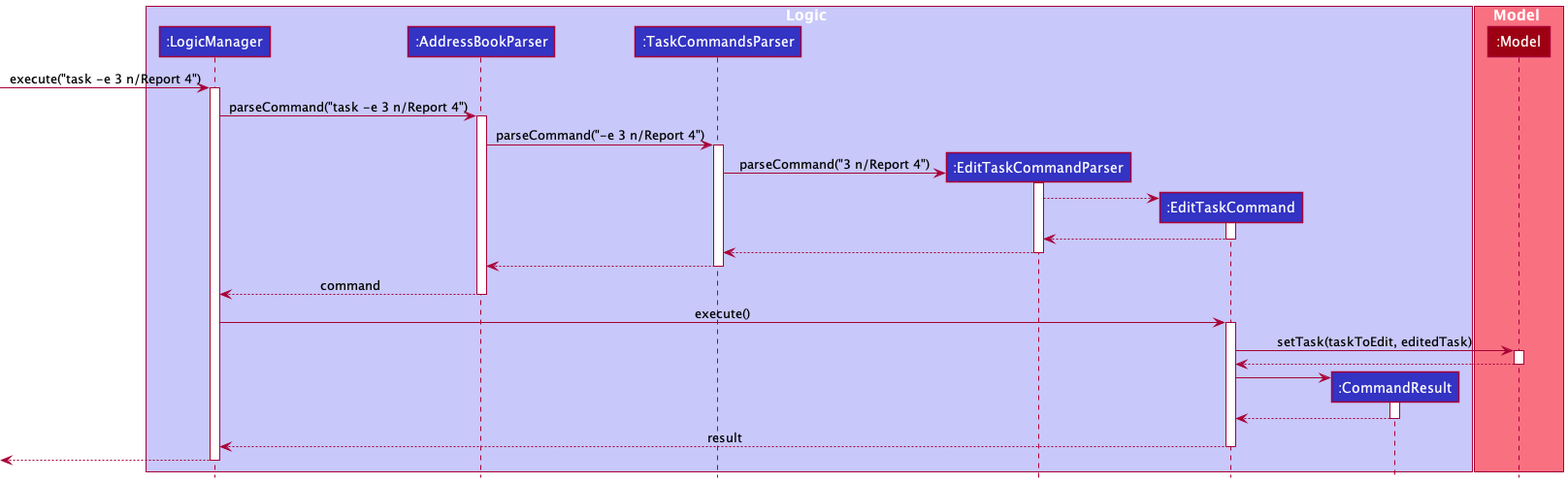
This is docs/images/EditTaskSequenceDiagram.png from nus-cs2103-AY2122S1/tp, a PlantUML export, as it was before one commit. The source it was exported from:
```plantuml
@startuml
!include style.puml

box Logic LOGIC_COLOR_T1
participant ":LogicManager" as LogicManager LOGIC_COLOR
participant ":AddressBookParser" as AddressBookParser LOGIC_COLOR
participant ":TaskCommandsParser" as TaskCommandsParser LOGIC_COLOR
participant ":EditTaskCommandParser" as EditTaskCommandParser LOGIC_COLOR
participant ":EditTaskCommand" as EditTaskCommand LOGIC_COLOR
participant ":CommandResult" as CommandResult LOGIC_COLOR
end box

box Model MODEL_COLOR_T1
participant ":Model" as Model MODEL_COLOR
end box

[-> LogicManager : execute("task -e 3 n/Report 4")
activate LogicManager

LogicManager -> AddressBookParser : parseCommand("task -e 3 n/Report 4")
activate AddressBookParser

AddressBookParser -> TaskCommandsParser : parseCommand("-e 3 n/Report 4")
activate TaskCommandsParser

create EditTaskCommandParser
TaskCommandsParser -> EditTaskCommandParser : parseCommand("3 n/Report 4")
activate EditTaskCommandParser

create EditTaskCommand
EditTaskCommandParser --> EditTaskCommand
activate EditTaskCommand

EditTaskCommand --> EditTaskCommandParser
deactivate EditTaskCommand

EditTaskCommandParser --> TaskCommandsParser
deactivate EditTaskCommandParser

TaskCommandsParser --> AddressBookParser
deactivate TaskCommandsParser

AddressBookParser --> LogicManager : command
deactivate AddressBookParser

LogicManager -> EditTaskCommand : execute()
activate EditTaskCommand

EditTaskCommand -> Model : setTask(taskToEdit, editedTask)
activate Model

Model --> EditTaskCommand
deactivate Model

create CommandResult
EditTaskCommand -> CommandResult
activate CommandResult

CommandResult --> EditTaskCommand
deactivate CommandResult

EditTaskCommand --> LogicManager : result
deactivate EditTaskCommand

[<--LogicManager
deactivate LogicManager
@enduml
```
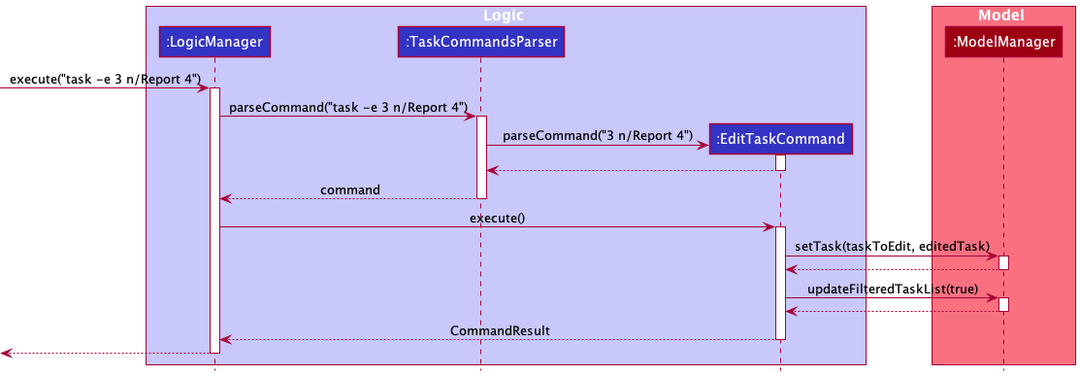
After the change.

The edit, as a diff of the source:
```diff
@@ -3,45 +3,29 @@
 
 box Logic LOGIC_COLOR_T1
 participant ":LogicManager" as LogicManager LOGIC_COLOR
-participant ":AddressBookParser" as AddressBookParser LOGIC_COLOR
 participant ":TaskCommandsParser" as TaskCommandsParser LOGIC_COLOR
-participant ":EditTaskCommandParser" as EditTaskCommandParser LOGIC_COLOR
 participant ":EditTaskCommand" as EditTaskCommand LOGIC_COLOR
-participant ":CommandResult" as CommandResult LOGIC_COLOR
 end box
 
 box Model MODEL_COLOR_T1
-participant ":Model" as Model MODEL_COLOR
+participant ":ModelManager" as Model MODEL_COLOR
 end box
 
 [-> LogicManager : execute("task -e 3 n/Report 4")
 activate LogicManager
 
-LogicManager -> AddressBookParser : parseCommand("task -e 3 n/Report 4")
-activate AddressBookParser
-
-AddressBookParser -> TaskCommandsParser : parseCommand("-e 3 n/Report 4")
+LogicManager -> TaskCommandsParser : parseCommand("task -e 3 n/Report 4")
 activate TaskCommandsParser
 
-create EditTaskCommandParser
-TaskCommandsParser -> EditTaskCommandParser : parseCommand("3 n/Report 4")
-activate EditTaskCommandParser
-
 create EditTaskCommand
-EditTaskCommandParser --> EditTaskCommand
+TaskCommandsParser -> EditTaskCommand : parseCommand("3 n/Report 4")
 activate EditTaskCommand
 
-EditTaskCommand --> EditTaskCommandParser
+EditTaskCommand --> TaskCommandsParser
 deactivate EditTaskCommand
 
-EditTaskCommandParser --> TaskCommandsParser
-deactivate EditTaskCommandParser
-
-TaskCommandsParser --> AddressBookParser
+TaskCommandsParser --> LogicManager : command
 deactivate TaskCommandsParser
-
-AddressBookParser --> LogicManager : command
-deactivate AddressBookParser
 
 LogicManager -> EditTaskCommand : execute()
 activate EditTaskCommand
@@ -52,14 +36,13 @@
 Model --> EditTaskCommand
 deactivate Model
 
-create CommandResult
-EditTaskCommand -> CommandResult
-activate CommandResult
+EditTaskCommand -> Model : updateFilteredTaskList(true)
+activate Model
 
-CommandResult --> EditTaskCommand
-deactivate CommandResult
+Model --> EditTaskCommand
+deactivate Model
 
-EditTaskCommand --> LogicManager : result
+EditTaskCommand --> LogicManager : CommandResult
 deactivate EditTaskCommand
 
 [<--LogicManager
```
